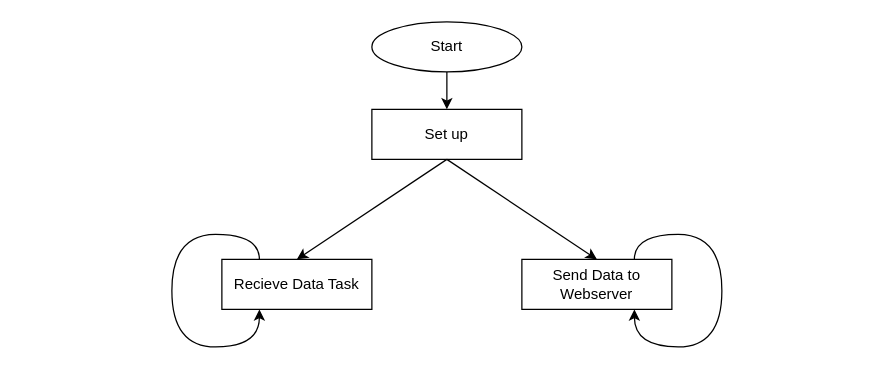
Above: page "ESP32 CAN" (6 of 6) of Untitled Diagram.drawio in 106210049/Plant-take-care (draw.io), before the change. Source tidied: cells renumbered, new cells numbered last; positions are measured from the earlier drawing's top-left corner, leaving out a move shared by most shapes. Both pictures are drawn from the tidied source at 125%, with x=0, y=0 at pixel (171, 21).
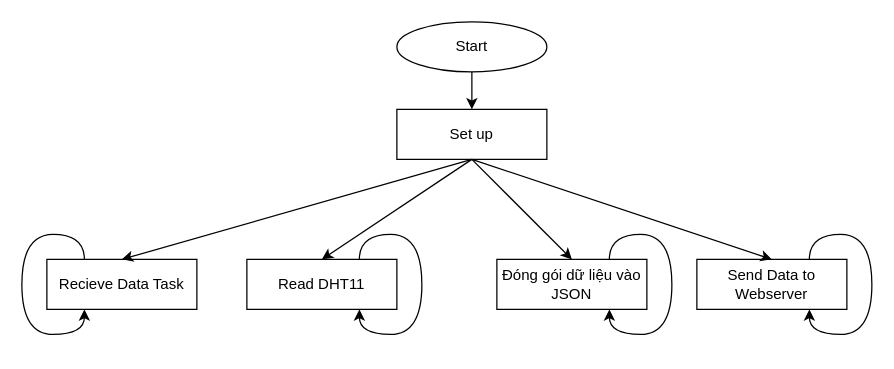
Above is the later version.

Change to the diagram source:
```diff
@@
     <mxCell id="3" value="Start" style="ellipse;whiteSpace=wrap;html=1;" parent="1" vertex="1">
-      <mxGeometry x="160" width="120" height="40" as="geometry" />
+      <mxGeometry x="180" width="120" height="40" as="geometry" />
     </mxCell>
     <mxCell id="4" value="Set up" style="rounded=0;whiteSpace=wrap;html=1;" parent="1" vertex="1">
-      <mxGeometry x="160" y="70" width="120" height="40" as="geometry" />
+      <mxGeometry x="180" y="70" width="120" height="40" as="geometry" />
     </mxCell>
     <mxCell id="5" value="Recieve Data Task" style="rounded=0;whiteSpace=wrap;html=1;" parent="1" vertex="1">
-      <mxGeometry x="40" y="190" width="120" height="40" as="geometry" />
+      <mxGeometry x="-100" y="190" width="120" height="40" as="geometry" />
     </mxCell>
     <mxCell id="6" value="Send Data to Webserver" style="rounded=0;whiteSpace=wrap;html=1;" parent="1" vertex="1">
-      <mxGeometry x="280" y="190" width="120" height="40" as="geometry" />
+      <mxGeometry x="420" y="190" width="120" height="40" as="geometry" />
     </mxCell>
@@
     <mxCell id="8" style="endArrow=classic;html=1;rounded=0;entryX=0.5;entryY=0;entryDx=0;entryDy=0;" parent="1" edge="1" target="6">
       <mxGeometry relative="1" as="geometry">
-        <mxPoint x="220" y="110" as="sourcePoint" />
+        <mxPoint x="240" y="110" as="sourcePoint" />
       </mxGeometry>
     </mxCell>
     <mxCell id="9" style="edgeStyle=orthogonalEdgeStyle;curved=1;rounded=0;orthogonalLoop=1;jettySize=auto;html=1;exitX=0.25;exitY=0;exitDx=0;exitDy=0;entryX=0.25;entryY=1;entryDx=0;entryDy=0;" parent="1" edge="1" source="5" target="5">
       <mxGeometry relative="1" as="geometry">
         <Array as="points">
-          <mxPoint x="70" y="170" />
-          <mxPoint y="170" />
-          <mxPoint y="260" />
-          <mxPoint x="70" y="260" />
+          <mxPoint x="-70" y="170" />
+          <mxPoint x="-120" y="170" />
+          <mxPoint x="-120" y="250" />
+          <mxPoint x="-70" y="250" />
         </Array>
       </mxGeometry>
     </mxCell>
     <mxCell id="10" style="edgeStyle=orthogonalEdgeStyle;curved=1;rounded=0;orthogonalLoop=1;jettySize=auto;html=1;exitX=0.75;exitY=0;exitDx=0;exitDy=0;entryX=0.75;entryY=1;entryDx=0;entryDy=0;" parent="1" edge="1" source="6" target="6">
       <mxGeometry relative="1" as="geometry">
         <Array as="points">
-          <mxPoint x="370" y="170" />
-          <mxPoint x="440" y="170" />
-          <mxPoint x="440" y="260" />
-          <mxPoint x="370" y="260" />
+          <mxPoint x="510" y="170" />
+          <mxPoint x="560" y="170" />
+          <mxPoint x="560" y="250" />
+          <mxPoint x="510" y="250" />
         </Array>
       </mxGeometry>
     </mxCell>
+    <mxCell id="11" value="Read DHT11" style="rounded=0;whiteSpace=wrap;html=1;" parent="1" vertex="1">
+      <mxGeometry x="60" y="190" width="120" height="40" as="geometry" />
+    </mxCell>
+    <mxCell id="12" style="edgeStyle=orthogonalEdgeStyle;rounded=0;orthogonalLoop=1;jettySize=auto;html=1;exitX=0.75;exitY=0;exitDx=0;exitDy=0;entryX=0.75;entryY=1;entryDx=0;entryDy=0;curved=1;" parent="1" edge="1" source="11" target="11">
+      <mxGeometry relative="1" as="geometry">
+        <Array as="points">
+          <mxPoint x="150" y="170" />
+          <mxPoint x="200" y="170" />
+          <mxPoint x="200" y="250" />
+          <mxPoint x="150" y="250" />
+        </Array>
+      </mxGeometry>
+    </mxCell>
+    <mxCell id="13" style="endArrow=classic;html=1;rounded=0;" parent="1" edge="1">
+      <mxGeometry relative="1" as="geometry">
+        <mxPoint x="240" y="110" as="sourcePoint" />
+        <mxPoint x="120" y="190" as="targetPoint" />
+      </mxGeometry>
+    </mxCell>
+    <mxCell id="14" value="Đóng gói dữ liệu vào JSON" style="rounded=0;whiteSpace=wrap;html=1;" parent="1" vertex="1">
+      <mxGeometry x="260" y="190" width="120" height="40" as="geometry" />
+    </mxCell>
+    <mxCell id="15" style="edgeStyle=orthogonalEdgeStyle;rounded=0;orthogonalLoop=1;jettySize=auto;html=1;exitX=0.75;exitY=0;exitDx=0;exitDy=0;entryX=0.75;entryY=1;entryDx=0;entryDy=0;curved=1;" parent="1" edge="1" source="14" target="14">
+      <mxGeometry relative="1" as="geometry" />
+    </mxCell>
+    <mxCell id="16" style="endArrow=classic;html=1;rounded=0;entryX=0.5;entryY=0;entryDx=0;entryDy=0;" parent="1" edge="1" target="14">
+      <mxGeometry relative="1" as="geometry">
+        <mxPoint x="240" y="110" as="sourcePoint" />
+      </mxGeometry>
+    </mxCell>
```
